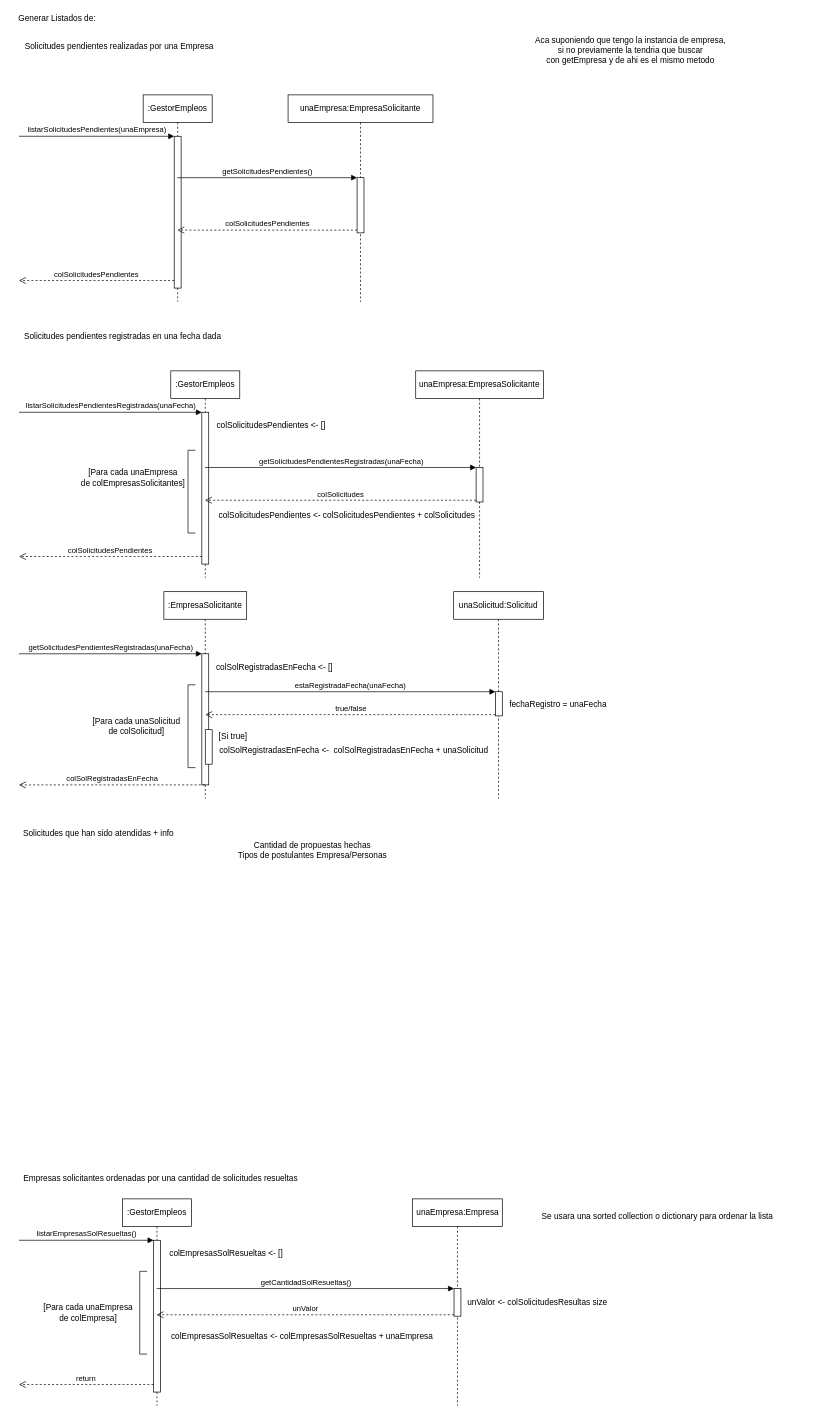
Above: page "9" (8 of 8) of TPOFinal_POO.drawio in Torgeck/TPFinalPoo (draw.io), before the change. Source tidied: cells renumbered, new cells numbered last; positions are measured from the earlier drawing's top-left corner, leaving out a move shared by most shapes. Both pictures are drawn from the tidied source at 69%, with x=0, y=0 at pixel (12, 12).
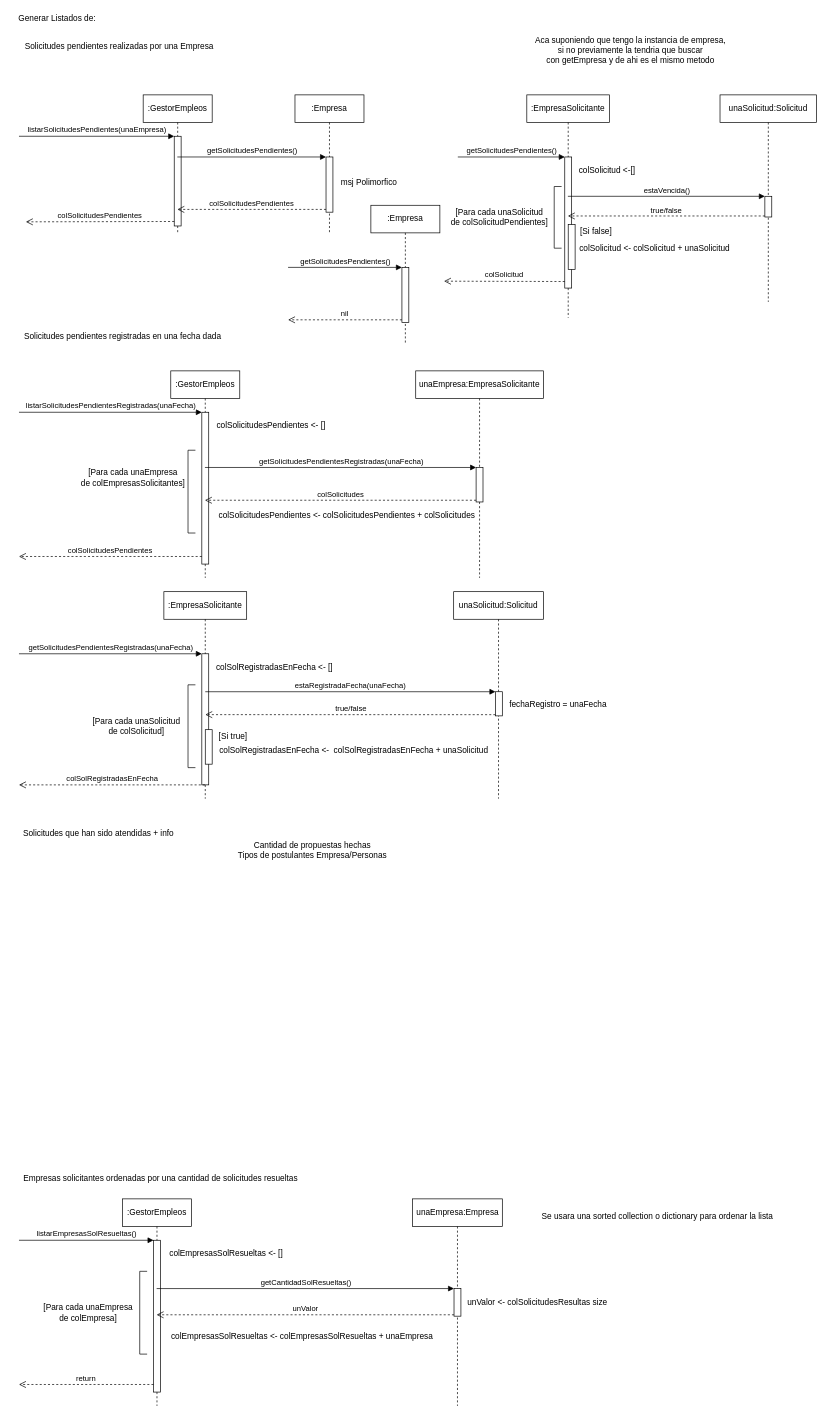
After the change.

What changed in the source:
```diff
@@
     <mxCell id="4" value=":GestorEmpleos" style="shape=umlLifeline;perimeter=lifelinePerimeter;whiteSpace=wrap;html=1;outlineConnect=0;" parent="1" vertex="1">
-      <mxGeometry x="190" y="120" width="100" height="300" as="geometry" />
+      <mxGeometry x="190" y="120" width="100" height="200" as="geometry" />
     </mxCell>
     <mxCell id="5" style="html=1;points=[];perimeter=orthogonalPerimeter;" parent="4" vertex="1">
-      <mxGeometry x="45" y="60" width="10" height="220" as="geometry" />
+      <mxGeometry x="45" y="60" width="10" height="130" as="geometry" />
     </mxCell>
@@
     <mxCell id="7" value="colSolicitudesPendientes" style="html=1;verticalAlign=bottom;endArrow=open;dashed=1;endSize=8;exitX=0;exitY=0.95;" parent="4" edge="1" source="5">
       <mxGeometry relative="1" as="geometry">
-        <mxPoint x="-180" y="269" as="targetPoint" />
+        <mxPoint x="-170" y="184" as="targetPoint" />
       </mxGeometry>
     </mxCell>
-    <mxCell id="8" value="unaEmpresa:EmpresaSolicitante" style="shape=umlLifeline;perimeter=lifelinePerimeter;whiteSpace=wrap;html=1;" parent="1" vertex="1">
-      <mxGeometry x="400" y="120" width="210" height="300" as="geometry" />
+    <mxCell id="8" value=":Empresa" style="shape=umlLifeline;perimeter=lifelinePerimeter;whiteSpace=wrap;html=1;" parent="1" vertex="1">
+      <mxGeometry x="410" y="120" width="100" height="200" as="geometry" />
     </mxCell>
     <mxCell id="9" style="html=1;points=[];perimeter=orthogonalPerimeter;" parent="8" vertex="1">
-      <mxGeometry x="100" y="120" width="10" height="80" as="geometry" />
+      <mxGeometry x="45" y="90" width="10" height="80" as="geometry" />
     </mxCell>
@@
+    <mxCell id="58" value="msj Polimorfico" style="text;html=1;align=center;verticalAlign=middle;strokeColor=none;fillColor=none;" parent="1" vertex="1">
+      <mxGeometry x="467" y="237" width="100" height="20" as="geometry" />
+    </mxCell>
+    <mxCell id="59" value=":Empresa" style="shape=umlLifeline;perimeter=lifelinePerimeter;whiteSpace=wrap;html=1;" parent="1" vertex="1">
+      <mxGeometry x="520" y="280" width="100" height="200" as="geometry" />
+    </mxCell>
+    <mxCell id="60" style="html=1;points=[];perimeter=orthogonalPerimeter;" parent="59" vertex="1">
+      <mxGeometry x="45" y="90" width="10" height="80" as="geometry" />
+    </mxCell>
+    <mxCell id="61" value="getSolicitudesPendientes()" style="html=1;verticalAlign=bottom;endArrow=block;entryX=0;entryY=0;" parent="1" edge="1" target="60">
+      <mxGeometry relative="1" as="geometry">
+        <mxPoint x="400" y="370" as="sourcePoint" />
+      </mxGeometry>
+    </mxCell>
+    <mxCell id="62" value="nil" style="html=1;verticalAlign=bottom;endArrow=open;dashed=1;endSize=8;exitX=0;exitY=0.95;" parent="1" edge="1" source="60">
+      <mxGeometry relative="1" as="geometry">
+        <mxPoint x="400" y="446" as="targetPoint" />
+      </mxGeometry>
+    </mxCell>
+    <mxCell id="63" value=":EmpresaSolicitante" style="shape=umlLifeline;perimeter=lifelinePerimeter;whiteSpace=wrap;html=1;outlineConnect=0;" parent="1" vertex="1">
+      <mxGeometry x="746" y="120" width="120" height="323" as="geometry" />
+    </mxCell>
+    <mxCell id="64" style="html=1;points=[];perimeter=orthogonalPerimeter;" parent="63" vertex="1">
+      <mxGeometry x="55" y="90" width="10" height="190" as="geometry" />
+    </mxCell>
+    <mxCell id="65" value="getSolicitudesPendientes()" style="html=1;verticalAlign=bottom;endArrow=block;entryX=0;entryY=0;" parent="1" edge="1" target="64">
+      <mxGeometry relative="1" as="geometry">
+        <mxPoint x="646" y="210" as="sourcePoint" />
+      </mxGeometry>
+    </mxCell>
+    <mxCell id="66" value="colSolicitud" style="html=1;verticalAlign=bottom;endArrow=open;dashed=1;endSize=8;exitX=0;exitY=0.95;" parent="1" edge="1" source="64">
+      <mxGeometry relative="1" as="geometry">
+        <mxPoint x="626" y="390" as="targetPoint" />
+      </mxGeometry>
+    </mxCell>
+    <mxCell id="67" style="shape=partialRectangle;whiteSpace=wrap;html=1;bottom=1;right=1;left=1;top=0;fillColor=none;routingCenterX=-0.5;rotation=90;" parent="1" vertex="1">
+      <mxGeometry x="746" y="292.5" width="89.4" height="10" as="geometry" />
+    </mxCell>
+    <mxCell id="68" value="[Para cada unaSolicitud&lt;br&gt;de colSolicitudPendientes]" style="text;html=1;align=center;verticalAlign=middle;strokeColor=none;fillColor=none;" parent="1" vertex="1">
+      <mxGeometry x="626" y="282" width="160" height="30" as="geometry" />
+    </mxCell>
+    <mxCell id="69" value="colSolicitud &amp;lt;-[]" style="text;html=1;align=center;verticalAlign=middle;strokeColor=none;fillColor=none;" parent="1" vertex="1">
+      <mxGeometry x="812" y="219" width="100" height="20" as="geometry" />
+    </mxCell>
+    <mxCell id="70" style="html=1;perimeter=orthogonalPerimeter;" parent="1" vertex="1">
+      <mxGeometry x="806" y="308" width="10" height="65" as="geometry" />
+    </mxCell>
+    <mxCell id="71" value="[Si false]" style="text;html=1;align=center;verticalAlign=middle;strokeColor=none;fillColor=none;" parent="1" vertex="1">
+      <mxGeometry x="815.9" y="308" width="60" height="20" as="geometry" />
+    </mxCell>
+    <mxCell id="72" value="colSolicitud &amp;lt;- colSolicitud + unaSolicitud" style="text;html=1;align=center;verticalAlign=middle;strokeColor=none;fillColor=none;" parent="1" vertex="1">
+      <mxGeometry x="816" y="333" width="230" height="20" as="geometry" />
+    </mxCell>
+    <mxCell id="73" value="unaSolicitud:Solicitud" style="shape=umlLifeline;perimeter=lifelinePerimeter;whiteSpace=wrap;html=1;" parent="1" vertex="1">
+      <mxGeometry x="1026" y="120" width="140" height="300" as="geometry" />
+    </mxCell>
+    <mxCell id="74" style="html=1;points=[];perimeter=orthogonalPerimeter;" parent="73" vertex="1">
+      <mxGeometry x="65" y="147" width="10" height="30" as="geometry" />
+    </mxCell>
+    <mxCell id="75" value="estaVencida()" style="html=1;verticalAlign=bottom;endArrow=block;entryX=0;entryY=0;rounded=0;" parent="1" edge="1" source="63" target="74">
+      <mxGeometry relative="1" as="geometry" />
+    </mxCell>
+    <mxCell id="76" value="true/false" style="html=1;verticalAlign=bottom;endArrow=open;dashed=1;endSize=8;exitX=0;exitY=0.95;rounded=0;" parent="1" edge="1" source="74" target="63">
+      <mxGeometry relative="1" as="geometry" />
+    </mxCell>
```
